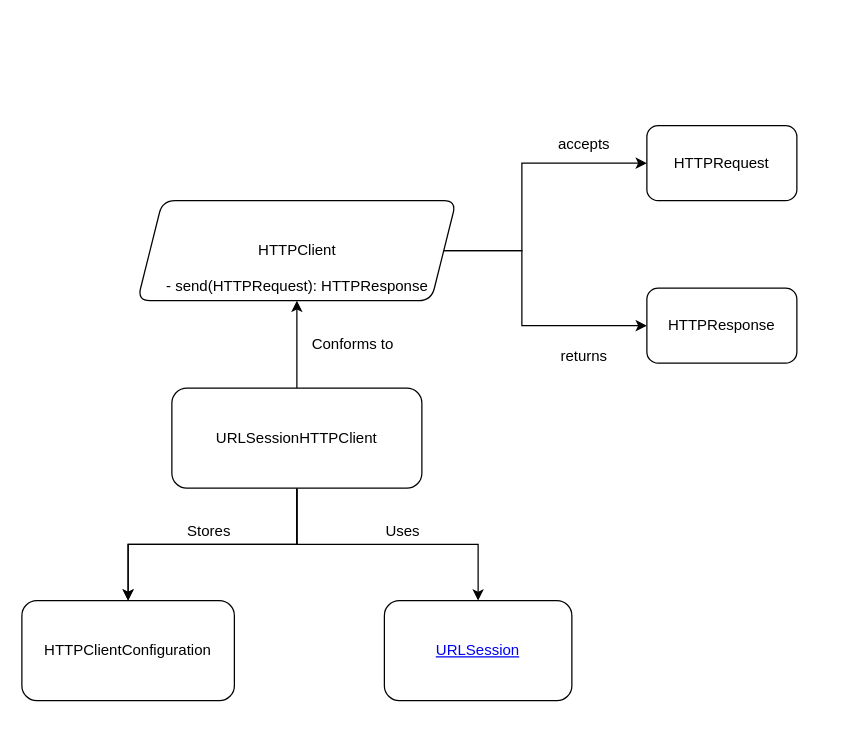
Before: architecture/High-Level.drawio in marekmeissner/NetworkingKit, a draw.io diagram. Source tidied: cells renumbered, new cells numbered last; positions are measured from the earlier drawing's top-left corner, leaving out a move shared by most shapes. Both pictures are drawn from the tidied source at 125%, with x=0, y=0 at pixel (21, 125).
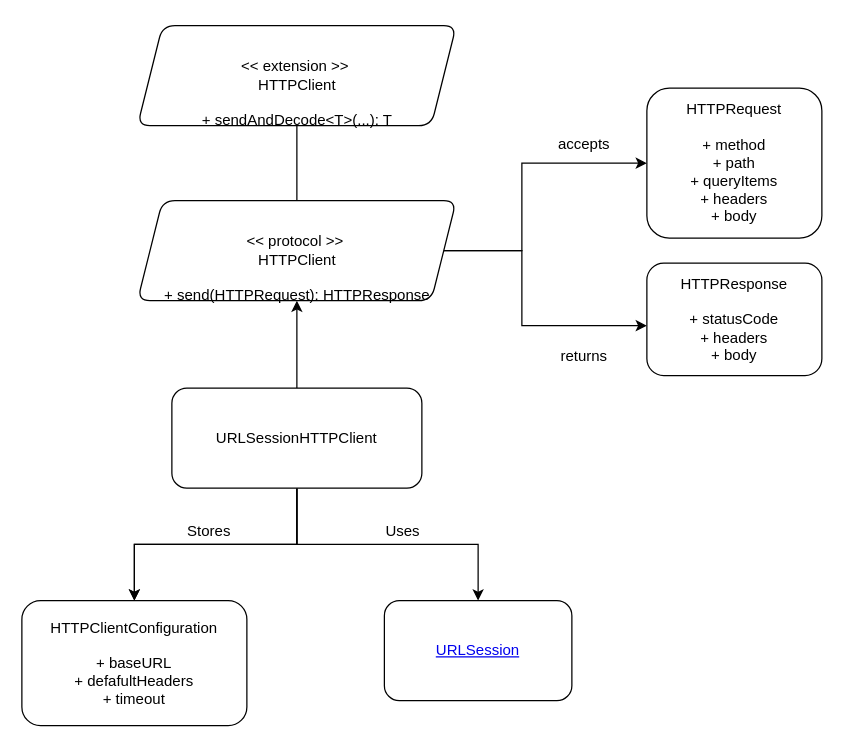
The same page after the edit.

Commit message (it also covers changes not shown here):
chore: improve architecture graph

The edit, as a diff of the source:
```diff
@@
-    <mxCell id="7" value="HTTPClientConfiguration" style="whiteSpace=wrap;html=1;rounded=1;roundedPerimeter=1;" parent="1" vertex="1">
-      <mxGeometry y="380" width="170" height="80" as="geometry" />
+    <mxCell id="7" value="HTTPClientConfiguration&lt;div&gt;&lt;br&gt;&lt;/div&gt;&lt;div&gt;&lt;span style=&quot;color: light-dark(rgb(0, 0, 0), rgb(255, 102, 102));&quot;&gt;+ baseURL&lt;/span&gt;&lt;/div&gt;&lt;div&gt;&lt;span style=&quot;color: light-dark(rgb(0, 0, 0), rgb(255, 102, 102));&quot;&gt;+ defafultHeaders&lt;/span&gt;&lt;/div&gt;&lt;div&gt;&lt;span style=&quot;color: light-dark(rgb(0, 0, 0), rgb(255, 102, 102));&quot;&gt;+ timeout&lt;/span&gt;&lt;/div&gt;" style="whiteSpace=wrap;html=1;rounded=1;roundedPerimeter=1;" parent="1" vertex="1">
+      <mxGeometry y="380" width="180" height="100" as="geometry" />
     </mxCell>
@@
+    <mxCell id="19" style="edgeStyle=orthogonalEdgeStyle;rounded=0;jettySize=auto;html=1;endArrow=none;endFill=0;" parent="1" edge="1" source="11" target="20">
+      <mxGeometry relative="1" as="geometry" />
+    </mxCell>
-    <mxCell id="11" value="&lt;div&gt;&lt;br&gt;&lt;/div&gt;&lt;div&gt;&lt;br&gt;&lt;/div&gt;&lt;div&gt;HTTPClient&lt;/div&gt;&lt;div&gt;&lt;br&gt;&lt;/div&gt;&lt;div&gt;&lt;span style=&quot;color: light-dark(rgb(0, 0, 0), rgb(255, 102, 102));&quot;&gt;- send(HTTPRequest): HTTPResponse&lt;/span&gt;&lt;/div&gt;" style="shape=parallelogram;perimeter=parallelogramPerimeter;whiteSpace=wrap;html=1;shapeInside=1;fixedSize=1;rounded=1;roundedPerimeter=1;" parent="1" vertex="1">
+    <mxCell id="11" value="&lt;div&gt;&lt;br&gt;&lt;/div&gt;&lt;div&gt;&lt;br&gt;&lt;/div&gt;&lt;div&gt;&lt;span style=&quot;color: light-dark(rgb(0, 0, 0), rgb(255, 102, 102));&quot;&gt;&amp;lt;&amp;lt; protocol &amp;gt;&amp;gt;&amp;nbsp;&lt;/span&gt;&lt;/div&gt;&lt;div&gt;HTTPClient&lt;/div&gt;&lt;div&gt;&lt;br&gt;&lt;/div&gt;&lt;div&gt;&lt;span style=&quot;color: light-dark(rgb(0, 0, 0), rgb(255, 102, 102));&quot;&gt;+ send(HTTPRequest): HTTPResponse&lt;/span&gt;&lt;/div&gt;" style="shape=parallelogram;perimeter=parallelogramPerimeter;whiteSpace=wrap;html=1;shapeInside=1;fixedSize=1;rounded=1;roundedPerimeter=1;" parent="1" vertex="1">
       <mxGeometry x="92.5" y="60" width="255" height="80" as="geometry" />
     </mxCell>
-    <mxCell id="12" value="HTTPRequest" style="rounded=1;whiteSpace=wrap;html=1;roundedPerimeter=1;" parent="1" vertex="1">
-      <mxGeometry x="500" width="120" height="60" as="geometry" />
+    <mxCell id="12" value="HTTPRequest&lt;div&gt;&lt;br&gt;&lt;/div&gt;&lt;div&gt;&lt;span style=&quot;color: light-dark(rgb(0, 0, 0), rgb(255, 102, 102));&quot;&gt;+ method&lt;/span&gt;&lt;/div&gt;&lt;div&gt;&lt;span style=&quot;color: light-dark(rgb(0, 0, 0), rgb(255, 102, 102));&quot;&gt;+ path&lt;/span&gt;&lt;/div&gt;&lt;div&gt;&lt;span style=&quot;color: light-dark(rgb(0, 0, 0), rgb(255, 102, 102));&quot;&gt;+ queryItems&lt;/span&gt;&lt;/div&gt;&lt;div&gt;&lt;span style=&quot;color: light-dark(rgb(0, 0, 0), rgb(255, 102, 102));&quot;&gt;+ headers&lt;/span&gt;&lt;/div&gt;&lt;div&gt;&lt;span style=&quot;color: light-dark(rgb(0, 0, 0), rgb(255, 102, 102));&quot;&gt;+ body&lt;/span&gt;&lt;/div&gt;" style="rounded=1;whiteSpace=wrap;html=1;roundedPerimeter=1;" parent="1" vertex="1">
+      <mxGeometry x="500" y="-30" width="140" height="120" as="geometry" />
     </mxCell>
-    <mxCell id="13" value="HTTPResponse" style="rounded=1;whiteSpace=wrap;html=1;roundedPerimeter=1;" parent="1" vertex="1">
-      <mxGeometry x="500" y="130" width="120" height="60" as="geometry" />
+    <mxCell id="13" value="HTTPResponse&lt;div&gt;&lt;br&gt;&lt;/div&gt;&lt;div&gt;&lt;span style=&quot;color: light-dark(rgb(0, 0, 0), rgb(255, 102, 102));&quot;&gt;+ statusCode&lt;/span&gt;&lt;/div&gt;&lt;div&gt;&lt;span style=&quot;color: light-dark(rgb(0, 0, 0), rgb(255, 102, 102));&quot;&gt;+ headers&lt;/span&gt;&lt;/div&gt;&lt;div&gt;&lt;span style=&quot;color: light-dark(rgb(0, 0, 0), rgb(255, 102, 102));&quot;&gt;+ body&lt;/span&gt;&lt;/div&gt;" style="rounded=1;whiteSpace=wrap;html=1;roundedPerimeter=1;" parent="1" vertex="1">
+      <mxGeometry x="500" y="110" width="140" height="90" as="geometry" />
     </mxCell>
@@
-    <mxCell id="16" value="Conforms to" style="text;html=1;whiteSpace=wrap;strokeColor=none;fillColor=none;align=center;verticalAlign=middle;rounded=0;" parent="1" vertex="1">
-      <mxGeometry x="230" y="160" width="70" height="30" as="geometry" />
-    </mxCell>
@@
+    <mxCell id="20" value="&lt;div&gt;&lt;br&gt;&lt;/div&gt;&lt;div&gt;&lt;br&gt;&lt;/div&gt;&lt;div&gt;&lt;span style=&quot;color: light-dark(rgb(0, 0, 0), rgb(255, 102, 102));&quot;&gt;&amp;lt;&amp;lt; extension &amp;gt;&amp;gt;&amp;nbsp;&lt;/span&gt;&lt;/div&gt;&lt;div&gt;HTTPClient&lt;/div&gt;&lt;div&gt;&lt;br&gt;&lt;/div&gt;&lt;div&gt;&lt;span style=&quot;color: light-dark(rgb(0, 0, 0), rgb(255, 102, 102));&quot;&gt;+ sendAndDecode&amp;lt;T&amp;gt;(...): T&lt;/span&gt;&lt;/div&gt;" style="shape=parallelogram;perimeter=parallelogramPerimeter;whiteSpace=wrap;html=1;shapeInside=1;fixedSize=1;rounded=1;roundedPerimeter=1;" parent="1" vertex="1">
+      <mxGeometry x="92.5" y="-80" width="255" height="80" as="geometry" />
+    </mxCell>
```
